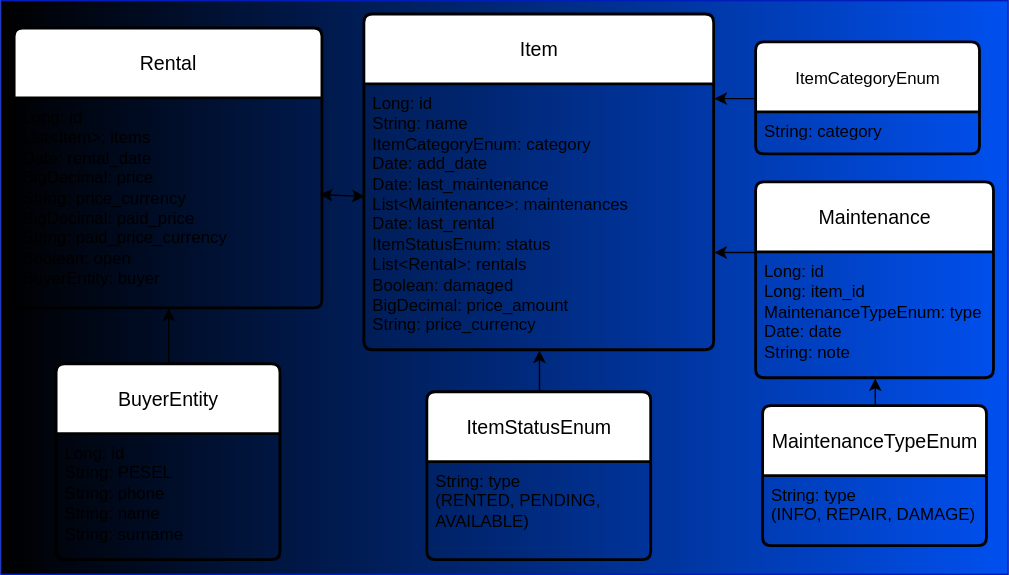
Above: HLD/images/database.svg in dawid-poradzinski/RentalManagementApp (draw.io), before the change. Source tidied: cells renumbered, new cells last; positions are measured from the earlier drawing's top-left corner, leaving out a move shared by most shapes. Source of this version:
```xml
<mxGraphModel>
  <root>
    <mxCell id="0" />
    <mxCell id="1" parent="0" />
    <mxCell id="2" style="rounded=0;whiteSpace=wrap;html=1;fillColor=#0050ef;fontColor=#ffffff;strokeColor=#001DBC;gradientColor=light-dark(#000000,#B327FF);gradientDirection=west;" parent="1" vertex="1">
      <mxGeometry width="720" height="410" as="geometry" />
    </mxCell>
    <mxCell id="3" value="&lt;span style=&quot;font-size: 12px; text-align: left;&quot;&gt;ItemCategoryEnum&lt;/span&gt;" style="swimlane;horizontal=1;startSize=50;rounded=1;fontSize=14;fontStyle=0;strokeWidth=2;shadow=0;dashed=0;align=center;arcSize=4;whiteSpace=wrap;html=1;" parent="1" vertex="1">
      <mxGeometry x="540" y="30" width="160" height="80" as="geometry" />
    </mxCell>
    <mxCell id="4" value="String: category" style="align=left;strokeColor=none;fillColor=none;spacingLeft=4;spacingRight=4;fontSize=12;verticalAlign=top;html=1;whiteSpace=wrap;" parent="3" vertex="1">
      <mxGeometry y="50" width="160" height="30" as="geometry" />
    </mxCell>
    <mxCell id="5" value="Item" style="swimlane;horizontal=1;startSize=50;rounded=1;fontSize=14;fontStyle=0;strokeWidth=2;shadow=0;dashed=0;align=center;arcSize=4;whiteSpace=wrap;html=1;" parent="1" vertex="1">
      <mxGeometry x="260" y="10" width="250" height="240" as="geometry" />
    </mxCell>
    <mxCell id="6" value="Long: id&lt;div&gt;String: name&lt;/div&gt;&lt;div&gt;ItemCategoryEnum: category&lt;/div&gt;&lt;div&gt;Date: add_date&lt;/div&gt;&lt;div&gt;Date: last_maintenance&lt;/div&gt;&lt;div&gt;List&amp;lt;Maintenance&amp;gt;: maintenances&lt;/div&gt;&lt;div&gt;Date: last_rental&lt;/div&gt;&lt;div&gt;ItemStatusEnum: status&lt;/div&gt;&lt;div&gt;List&amp;lt;Rental&amp;gt;: rentals&lt;/div&gt;&lt;div&gt;Boolean: damaged&lt;/div&gt;&lt;div&gt;BigDecimal: price_amount&lt;/div&gt;&lt;div&gt;String: price_currency&lt;/div&gt;&lt;div&gt;&lt;br&gt;&lt;/div&gt;" style="align=left;strokeColor=none;fillColor=none;spacingLeft=4;spacingRight=4;fontSize=12;verticalAlign=top;html=1;whiteSpace=wrap;" parent="5" vertex="1">
      <mxGeometry y="50" width="250" height="190" as="geometry" />
    </mxCell>
    <mxCell id="7" style="edgeStyle=orthogonalEdgeStyle;rounded=0;orthogonalLoop=1;jettySize=auto;html=1;exitX=0.5;exitY=1;exitDx=0;exitDy=0;" parent="5" edge="1" source="6" target="6">
      <mxGeometry relative="1" as="geometry" />
    </mxCell>
    <mxCell id="8" value="Maintenance" style="swimlane;horizontal=1;startSize=50;rounded=1;fontSize=14;fontStyle=0;strokeWidth=2;shadow=0;dashed=0;align=center;arcSize=4;whiteSpace=wrap;html=1;" parent="1" vertex="1">
      <mxGeometry x="540" y="130" width="170" height="140" as="geometry" />
    </mxCell>
    <mxCell id="9" value="Long: id&lt;div&gt;Long: item_id&lt;br&gt;&lt;div&gt;MaintenanceTypeEnum: type&lt;/div&gt;&lt;div&gt;Date: date&lt;/div&gt;&lt;div&gt;String: note&lt;/div&gt;&lt;/div&gt;" style="align=left;strokeColor=none;fillColor=none;spacingLeft=4;spacingRight=4;fontSize=12;verticalAlign=top;html=1;whiteSpace=wrap;" parent="8" vertex="1">
      <mxGeometry y="50" width="170" height="90" as="geometry" />
    </mxCell>
    <mxCell id="10" value="MaintenanceTypeEnum" style="swimlane;horizontal=1;startSize=50;rounded=1;fontSize=14;fontStyle=0;strokeWidth=2;shadow=0;dashed=0;align=center;arcSize=4;whiteSpace=wrap;html=1;" parent="1" vertex="1">
      <mxGeometry x="545" y="290" width="160" height="100" as="geometry" />
    </mxCell>
    <mxCell id="11" value="String: type&lt;br&gt;(INFO, REPAIR, DAMAGE)" style="align=left;strokeColor=none;fillColor=none;spacingLeft=4;spacingRight=4;fontSize=12;verticalAlign=top;html=1;whiteSpace=wrap;" parent="10" vertex="1">
      <mxGeometry y="50" width="160" height="50" as="geometry" />
    </mxCell>
    <mxCell id="12" value="Rental" style="swimlane;horizontal=1;startSize=50;rounded=1;fontSize=14;fontStyle=0;strokeWidth=2;shadow=0;dashed=0;align=center;arcSize=4;whiteSpace=wrap;html=1;" parent="1" vertex="1">
      <mxGeometry x="10" y="20" width="220" height="200" as="geometry" />
    </mxCell>
    <mxCell id="13" value="Long: id&lt;div&gt;List&amp;lt;Item&amp;gt;: items&lt;/div&gt;&lt;div&gt;Date: rental_date&lt;/div&gt;&lt;div&gt;BigDecimal: price&lt;/div&gt;&lt;div&gt;String: price_currency&lt;/div&gt;&lt;div&gt;BigDecimal: paid_price&lt;/div&gt;&lt;div&gt;String: paid_price_currency&lt;/div&gt;&lt;div&gt;Boolean: open&lt;/div&gt;&lt;div&gt;BuyerEntity: buyer&lt;/div&gt;" style="align=left;strokeColor=none;fillColor=none;spacingLeft=4;spacingRight=4;fontSize=12;verticalAlign=top;html=1;whiteSpace=wrap;" parent="12" vertex="1">
      <mxGeometry y="50" width="220" height="150" as="geometry" />
    </mxCell>
    <mxCell id="14" style="edgeStyle=orthogonalEdgeStyle;rounded=0;jettySize=auto;html=1;entryX=0.5;entryY=1;entryDx=0;entryDy=0;" parent="1" edge="1" source="15" target="6">
      <mxGeometry relative="1" as="geometry" />
    </mxCell>
    <mxCell id="15" value="ItemStatusEnum" style="swimlane;horizontal=1;startSize=50;rounded=1;fontSize=14;fontStyle=0;strokeWidth=2;shadow=0;dashed=0;align=center;arcSize=4;whiteSpace=wrap;html=1;" parent="1" vertex="1">
      <mxGeometry x="305" y="280" width="160" height="120" as="geometry" />
    </mxCell>
    <mxCell id="16" value="String: type&lt;br&gt;(RENTED, PENDING, AVAILABLE)&amp;nbsp;" style="align=left;strokeColor=none;fillColor=none;spacingLeft=4;spacingRight=4;fontSize=12;verticalAlign=top;html=1;whiteSpace=wrap;" parent="15" vertex="1">
      <mxGeometry y="50" width="160" height="70" as="geometry" />
    </mxCell>
    <mxCell id="17" style="edgeStyle=orthogonalEdgeStyle;rounded=0;jettySize=auto;html=1;entryX=0.5;entryY=1;entryDx=0;entryDy=0;" parent="1" edge="1" source="18" target="13">
      <mxGeometry relative="1" as="geometry">
        <Array as="points">
          <mxPoint x="120" y="230" />
          <mxPoint x="120" y="230" />
        </Array>
      </mxGeometry>
    </mxCell>
    <mxCell id="18" value="BuyerEntity" style="swimlane;horizontal=1;startSize=50;rounded=1;fontSize=14;fontStyle=0;strokeWidth=2;shadow=0;dashed=0;align=center;arcSize=4;whiteSpace=wrap;html=1;" parent="1" vertex="1">
      <mxGeometry x="40" y="260" width="160" height="140" as="geometry" />
    </mxCell>
    <mxCell id="19" value="Long: id&lt;div&gt;String: PESEL&lt;/div&gt;&lt;div&gt;String: phone&lt;br&gt;String: name&lt;br&gt;String: surname&lt;/div&gt;" style="align=left;strokeColor=none;fillColor=none;spacingLeft=4;spacingRight=4;fontSize=12;verticalAlign=top;html=1;whiteSpace=wrap;" parent="18" vertex="1">
      <mxGeometry y="50" width="160" height="90" as="geometry" />
    </mxCell>
    <mxCell id="20" style="edgeStyle=orthogonalEdgeStyle;rounded=0;jettySize=auto;html=1;" parent="1" edge="1" source="3">
      <mxGeometry relative="1" as="geometry">
        <mxPoint x="510" y="70" as="targetPoint" />
      </mxGeometry>
    </mxCell>
    <mxCell id="21" style="edgeStyle=orthogonalEdgeStyle;rounded=0;jettySize=auto;html=1;exitX=0;exitY=0;exitDx=0;exitDy=0;" parent="1" edge="1" source="9">
      <mxGeometry relative="1" as="geometry">
        <mxPoint x="510" y="180" as="targetPoint" />
      </mxGeometry>
    </mxCell>
    <mxCell id="22" style="endArrow=classic;html=1;rounded=0;entryX=0.5;entryY=1;entryDx=0;entryDy=0;exitX=0.5;exitY=0;exitDx=0;exitDy=0;" parent="1" edge="1" source="10" target="9">
      <mxGeometry relative="1" as="geometry" />
    </mxCell>
    <mxCell id="23" style="endArrow=classic;startArrow=classic;html=1;rounded=0;exitX=0.991;exitY=0.457;exitDx=0;exitDy=0;exitPerimeter=0;" parent="1" edge="1" source="13">
      <mxGeometry relative="1" as="geometry">
        <mxPoint x="260" y="140" as="targetPoint" />
      </mxGeometry>
    </mxCell>
  </root>
</mxGraphModel>
```
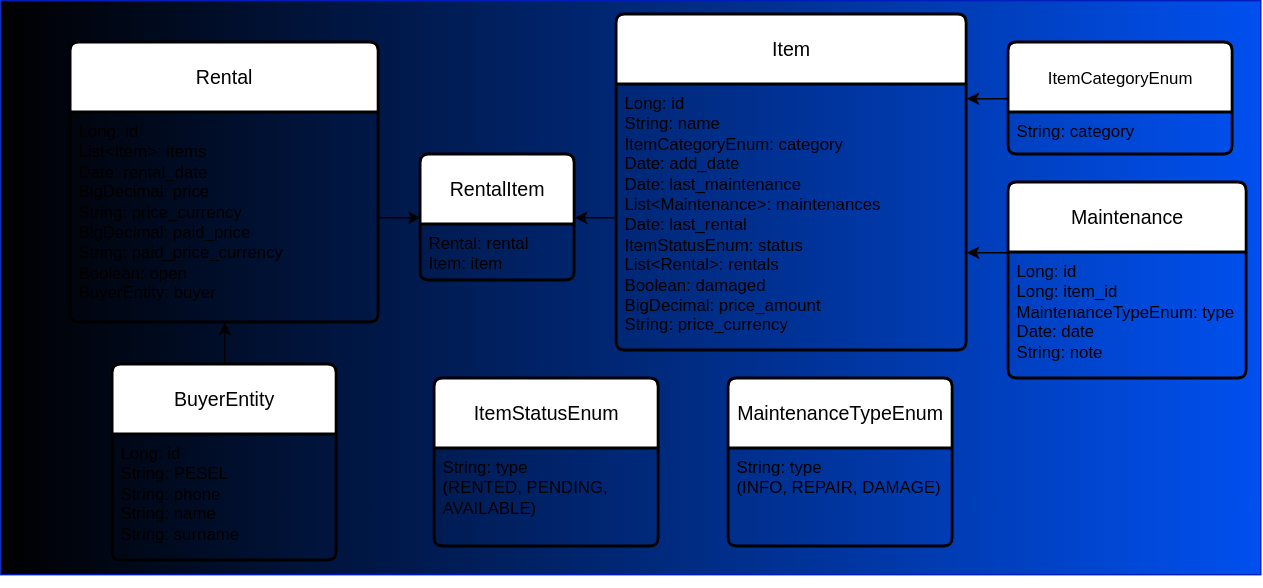
After the change.

The edit, as a diff of the source:
```diff
@@ -2,8 +2,11 @@
   <root>
     <mxCell id="0" />
     <mxCell id="1" parent="0" />
+    <mxCell id="24" style="edgeStyle=orthogonalEdgeStyle;rounded=0;jettySize=auto;html=1;exitX=0.5;exitY=0;exitDx=0;exitDy=0;" parent="1" edge="1" source="11" target="10">
+      <mxGeometry relative="1" as="geometry" />
+    </mxCell>
     <mxCell id="2" style="rounded=0;whiteSpace=wrap;html=1;fillColor=#0050ef;fontColor=#ffffff;strokeColor=#001DBC;gradientColor=light-dark(#000000,#B327FF);gradientDirection=west;" parent="1" vertex="1">
-      <mxGeometry width="720" height="410" as="geometry" />
+      <mxGeometry x="-180" width="900" height="410" as="geometry" />
     </mxCell>
     <mxCell id="3" value="&lt;span style=&quot;font-size: 12px; text-align: left;&quot;&gt;ItemCategoryEnum&lt;/span&gt;" style="swimlane;horizontal=1;startSize=50;rounded=1;fontSize=14;fontStyle=0;strokeWidth=2;shadow=0;dashed=0;align=center;arcSize=4;whiteSpace=wrap;html=1;" parent="1" vertex="1">
       <mxGeometry x="540" y="30" width="160" height="80" as="geometry" />
@@ -27,36 +30,28 @@
       <mxGeometry y="50" width="170" height="90" as="geometry" />
     </mxCell>
     <mxCell id="10" value="MaintenanceTypeEnum" style="swimlane;horizontal=1;startSize=50;rounded=1;fontSize=14;fontStyle=0;strokeWidth=2;shadow=0;dashed=0;align=center;arcSize=4;whiteSpace=wrap;html=1;" parent="1" vertex="1">
-      <mxGeometry x="545" y="290" width="160" height="100" as="geometry" />
+      <mxGeometry x="340" y="270" width="160" height="120" as="geometry" />
     </mxCell>
     <mxCell id="11" value="String: type&lt;br&gt;(INFO, REPAIR, DAMAGE)" style="align=left;strokeColor=none;fillColor=none;spacingLeft=4;spacingRight=4;fontSize=12;verticalAlign=top;html=1;whiteSpace=wrap;" parent="10" vertex="1">
-      <mxGeometry y="50" width="160" height="50" as="geometry" />
+      <mxGeometry y="50" width="160" height="70" as="geometry" />
     </mxCell>
     <mxCell id="12" value="Rental" style="swimlane;horizontal=1;startSize=50;rounded=1;fontSize=14;fontStyle=0;strokeWidth=2;shadow=0;dashed=0;align=center;arcSize=4;whiteSpace=wrap;html=1;" parent="1" vertex="1">
-      <mxGeometry x="10" y="20" width="220" height="200" as="geometry" />
+      <mxGeometry x="-130" y="30" width="220" height="200" as="geometry" />
     </mxCell>
     <mxCell id="13" value="Long: id&lt;div&gt;List&amp;lt;Item&amp;gt;: items&lt;/div&gt;&lt;div&gt;Date: rental_date&lt;/div&gt;&lt;div&gt;BigDecimal: price&lt;/div&gt;&lt;div&gt;String: price_currency&lt;/div&gt;&lt;div&gt;BigDecimal: paid_price&lt;/div&gt;&lt;div&gt;String: paid_price_currency&lt;/div&gt;&lt;div&gt;Boolean: open&lt;/div&gt;&lt;div&gt;BuyerEntity: buyer&lt;/div&gt;" style="align=left;strokeColor=none;fillColor=none;spacingLeft=4;spacingRight=4;fontSize=12;verticalAlign=top;html=1;whiteSpace=wrap;" parent="12" vertex="1">
       <mxGeometry y="50" width="220" height="150" as="geometry" />
     </mxCell>
-    <mxCell id="14" style="edgeStyle=orthogonalEdgeStyle;rounded=0;jettySize=auto;html=1;entryX=0.5;entryY=1;entryDx=0;entryDy=0;" parent="1" edge="1" source="15" target="6">
-      <mxGeometry relative="1" as="geometry" />
-    </mxCell>
     <mxCell id="15" value="ItemStatusEnum" style="swimlane;horizontal=1;startSize=50;rounded=1;fontSize=14;fontStyle=0;strokeWidth=2;shadow=0;dashed=0;align=center;arcSize=4;whiteSpace=wrap;html=1;" parent="1" vertex="1">
-      <mxGeometry x="305" y="280" width="160" height="120" as="geometry" />
+      <mxGeometry x="130" y="270" width="160" height="120" as="geometry" />
     </mxCell>
     <mxCell id="16" value="String: type&lt;br&gt;(RENTED, PENDING, AVAILABLE)&amp;nbsp;" style="align=left;strokeColor=none;fillColor=none;spacingLeft=4;spacingRight=4;fontSize=12;verticalAlign=top;html=1;whiteSpace=wrap;" parent="15" vertex="1">
       <mxGeometry y="50" width="160" height="70" as="geometry" />
     </mxCell>
     <mxCell id="17" style="edgeStyle=orthogonalEdgeStyle;rounded=0;jettySize=auto;html=1;entryX=0.5;entryY=1;entryDx=0;entryDy=0;" parent="1" edge="1" source="18" target="13">
-      <mxGeometry relative="1" as="geometry">
-        <Array as="points">
-          <mxPoint x="120" y="230" />
-          <mxPoint x="120" y="230" />
-        </Array>
-      </mxGeometry>
+      <mxGeometry relative="1" as="geometry" />
     </mxCell>
     <mxCell id="18" value="BuyerEntity" style="swimlane;horizontal=1;startSize=50;rounded=1;fontSize=14;fontStyle=0;strokeWidth=2;shadow=0;dashed=0;align=center;arcSize=4;whiteSpace=wrap;html=1;" parent="1" vertex="1">
-      <mxGeometry x="40" y="260" width="160" height="140" as="geometry" />
+      <mxGeometry x="-100" y="260" width="160" height="140" as="geometry" />
     </mxCell>
     <mxCell id="19" value="Long: id&lt;div&gt;String: PESEL&lt;/div&gt;&lt;div&gt;String: phone&lt;br&gt;String: name&lt;br&gt;String: surname&lt;/div&gt;" style="align=left;strokeColor=none;fillColor=none;spacingLeft=4;spacingRight=4;fontSize=12;verticalAlign=top;html=1;whiteSpace=wrap;" parent="18" vertex="1">
       <mxGeometry y="50" width="160" height="90" as="geometry" />
@@ -71,13 +66,17 @@
         <mxPoint x="510" y="180" as="targetPoint" />
       </mxGeometry>
     </mxCell>
-    <mxCell id="22" style="endArrow=classic;html=1;rounded=0;entryX=0.5;entryY=1;entryDx=0;entryDy=0;exitX=0.5;exitY=0;exitDx=0;exitDy=0;" parent="1" edge="1" source="10" target="9">
-      <mxGeometry relative="1" as="geometry" />
-    </mxCell>
-    <mxCell id="23" style="endArrow=classic;startArrow=classic;html=1;rounded=0;exitX=0.991;exitY=0.457;exitDx=0;exitDy=0;exitPerimeter=0;" parent="1" edge="1" source="13">
-      <mxGeometry relative="1" as="geometry">
-        <mxPoint x="260" y="140" as="targetPoint" />
-      </mxGeometry>
-    </mxCell>
+    <mxCell id="25" value="RentalItem" style="swimlane;horizontal=1;startSize=50;rounded=1;fontSize=14;fontStyle=0;strokeWidth=2;shadow=0;dashed=0;align=center;arcSize=4;whiteSpace=wrap;html=1;" parent="1" vertex="1">
+      <mxGeometry x="120" y="110" width="110" height="90" as="geometry" />
+    </mxCell>
+    <mxCell id="26" value="Rental: rental&lt;div&gt;Item: item&lt;/div&gt;" style="align=left;strokeColor=none;fillColor=none;spacingLeft=4;spacingRight=4;fontSize=12;verticalAlign=top;html=1;whiteSpace=wrap;" parent="25" vertex="1">
+      <mxGeometry y="50" width="110" height="40" as="geometry" />
+    </mxCell>
+    <mxCell id="27" style="edgeStyle=orthogonalEdgeStyle;rounded=0;jettySize=auto;html=1;entryX=1;entryY=0.5;entryDx=0;entryDy=0;" parent="1" edge="1" source="6" target="25">
+      <mxGeometry relative="1" as="geometry" />
+    </mxCell>
+    <mxCell id="28" style="edgeStyle=orthogonalEdgeStyle;rounded=0;jettySize=auto;html=1;entryX=0;entryY=0.5;entryDx=0;entryDy=0;" parent="1" edge="1" source="13" target="25">
+      <mxGeometry relative="1" as="geometry" />
+    </mxCell>
   </root>
 </mxGraphModel>
```
